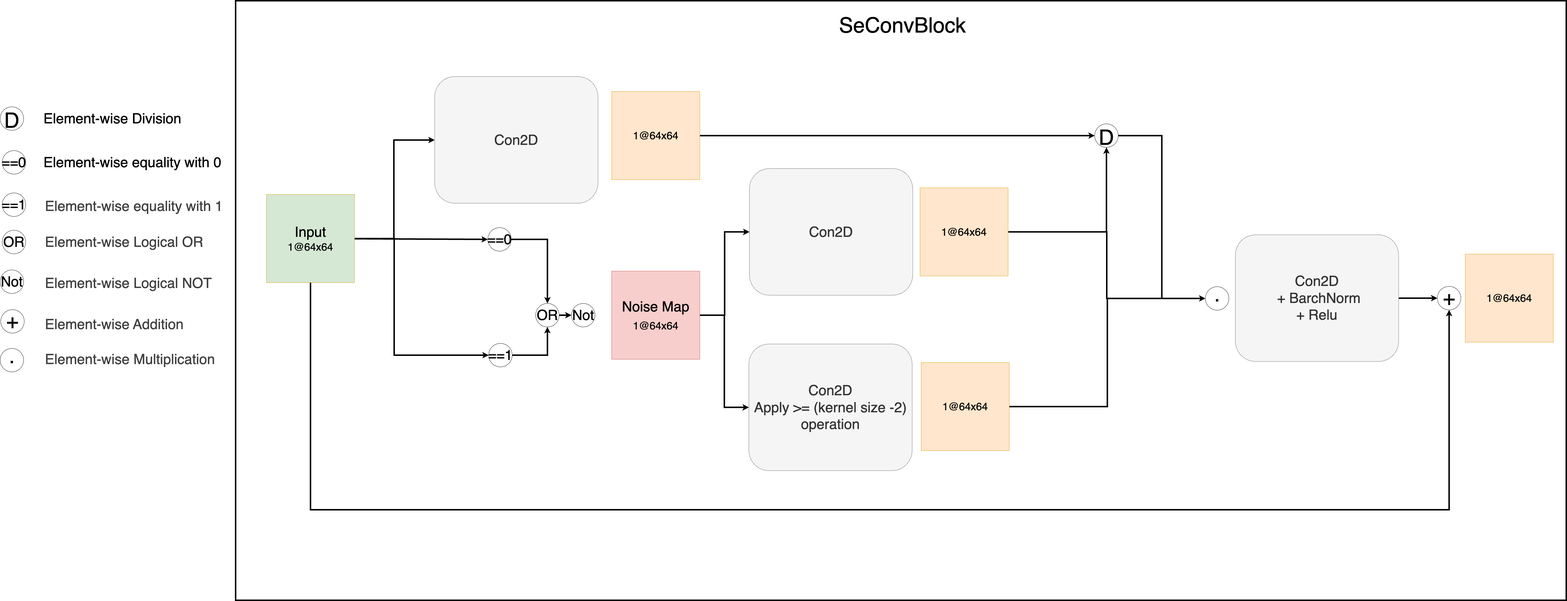
mostafa-k-m/seasalt keeps this draw.io diagram as paper/assets/architecture/SeconvBlock.png. Above is the earlier version. Source tidied: cells renumbered, new cells last; positions are measured from the earlier drawing's top-left corner, leaving out a move shared by most shapes.
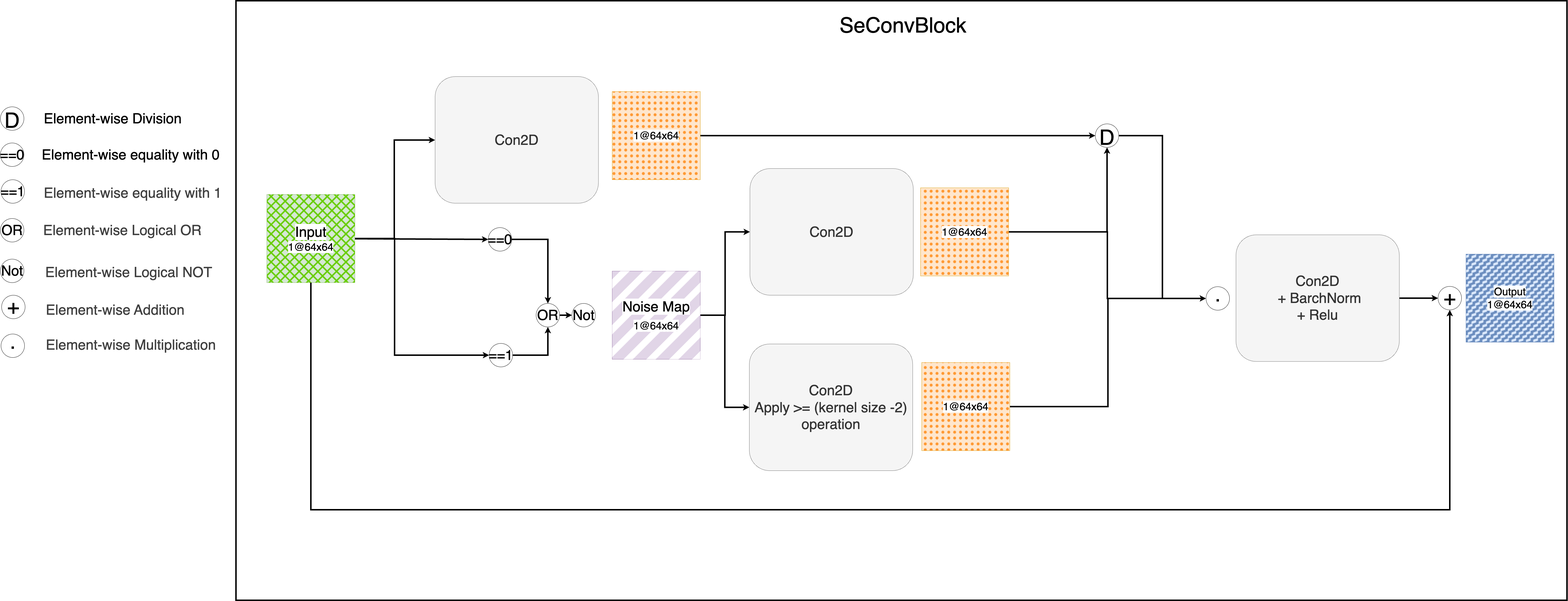
Later version of the same file.

Change to the diagram source:
```diff
@@ -20,7 +20,7 @@
     <mxCell id="7" value="&lt;font style=&quot;font-size: 72px;&quot;&gt;+&lt;/font&gt;" style="ellipse;whiteSpace=wrap;html=1;" parent="6" vertex="1">
       <mxGeometry y="2" width="80" height="80" as="geometry" />
     </mxCell>
-    <mxCell id="8" value="&lt;font style=&quot;font-size: 36px;&quot;&gt;1@64x64&lt;/font&gt;" style="whiteSpace=wrap;html=1;fillColor=#ffe6cc;strokeColor=#d79b00;" parent="2" vertex="1">
+    <mxCell id="8" value="&lt;div&gt;&lt;font style=&quot;font-size: 36px;&quot;&gt;Output&lt;/font&gt;&lt;/div&gt;&lt;font style=&quot;font-size: 36px;&quot;&gt;1@64x64&lt;/font&gt;" style="whiteSpace=wrap;html=1;fillColor=#dae8fc;strokeColor=#6c8ebf;" parent="2" vertex="1">
       <mxGeometry x="4188" y="862" width="300" height="300" as="geometry" />
     </mxCell>
     <mxCell id="9" style="edgeStyle=orthogonalEdgeStyle;rounded=0;jettySize=auto;html=1;strokeWidth=5;" parent="2" edge="1" source="10" target="7">
@@ -32,6 +32,9 @@
     <mxCell id="11" value="&lt;font style=&quot;font-size: 48px;&quot;&gt;==0&lt;/font&gt;" style="ellipse;whiteSpace=wrap;html=1;" parent="2" vertex="1">
       <mxGeometry x="859" y="772" width="80" height="80" as="geometry" />
     </mxCell>
+    <mxCell id="59" value="&lt;div&gt;&lt;font style=&quot;font-size: 36px; background-color: light-dark(#ffffff, var(--ge-dark-color, #121212));&quot;&gt;Output&lt;/font&gt;&lt;/div&gt;&lt;font style=&quot;font-size: 36px; background-color: light-dark(#ffffff, var(--ge-dark-color, #121212));&quot;&gt;1@64x64&lt;/font&gt;" style="whiteSpace=wrap;html=1;fillColor=#6C8EBF;strokeColor=none;strokeWidth=5;fillStyle=zigzag-line;" parent="2" vertex="1">
+      <mxGeometry x="4188" y="862" width="300" height="300" as="geometry" />
+    </mxCell>
     <mxCell id="12" style="edgeStyle=orthogonalEdgeStyle;rounded=0;jettySize=auto;html=1;entryX=0;entryY=0.5;entryDx=0;entryDy=0;strokeWidth=5;" parent="1" edge="1" source="15" target="21">
       <mxGeometry relative="1" as="geometry">
         <Array as="points">
@@ -51,7 +54,7 @@
     <mxCell id="14" style="edgeStyle=none;html=1;entryX=0;entryY=0.5;entryDx=0;entryDy=0;strokeWidth=5;" parent="1" edge="1" source="15" target="11">
       <mxGeometry relative="1" as="geometry" />
     </mxCell>
-    <mxCell id="15" value="&lt;div&gt;&lt;font style=&quot;font-size: 48px;&quot;&gt;Input&lt;/font&gt;&lt;/div&gt;&lt;font style=&quot;font-size: 36px;&quot;&gt;1@64x64&lt;/font&gt;" style="whiteSpace=wrap;html=1;fillColor=#D5E8D4;strokeColor=#d79b00;" parent="1" vertex="1">
+    <mxCell id="15" value="&lt;div&gt;&lt;font style=&quot;font-size: 48px;&quot;&gt;Input&lt;/font&gt;&lt;/div&gt;&lt;font style=&quot;font-size: 36px;&quot;&gt;1@64x64&lt;/font&gt;" style="whiteSpace=wrap;html=1;fillColor=#d5e8d4;strokeColor=#82b366;" parent="1" vertex="1">
       <mxGeometry x="907" y="659.2" width="300" height="300" as="geometry" />
     </mxCell>
     <mxCell id="16" style="edgeStyle=orthogonalEdgeStyle;rounded=0;jettySize=auto;html=1;strokeWidth=5;" parent="1" edge="1" source="18" target="28">
@@ -60,7 +63,7 @@
     <mxCell id="17" style="edgeStyle=orthogonalEdgeStyle;rounded=0;jettySize=auto;html=1;strokeWidth=5;" parent="1" edge="1" source="18" target="29">
       <mxGeometry relative="1" as="geometry" />
     </mxCell>
-    <mxCell id="18" value="&lt;div&gt;&lt;font style=&quot;font-size: 48px;&quot;&gt;Noise Map&lt;/font&gt;&lt;/div&gt;&lt;br&gt;&lt;div&gt;&lt;font style=&quot;font-size: 36px;&quot;&gt;1@64x64&lt;/font&gt;&lt;/div&gt;" style="whiteSpace=wrap;html=1;fillColor=#f8cecc;strokeColor=#b85450;" parent="1" vertex="1">
+    <mxCell id="18" value="&lt;div&gt;&lt;font style=&quot;font-size: 48px;&quot;&gt;Noise Map&lt;/font&gt;&lt;/div&gt;&lt;br&gt;&lt;div&gt;&lt;font style=&quot;font-size: 36px;&quot;&gt;1@64x64&lt;/font&gt;&lt;/div&gt;" style="whiteSpace=wrap;html=1;fillColor=#e1d5e7;strokeColor=#9673a6;" parent="1" vertex="1">
       <mxGeometry x="2083" y="920" width="300" height="300" as="geometry" />
     </mxCell>
     <mxCell id="19" style="edgeStyle=orthogonalEdgeStyle;rounded=0;jettySize=auto;html=1;strokeWidth=5;" parent="1" edge="1" source="11" target="23">
@@ -144,34 +147,34 @@
       <mxGeometry x="146" y="366" width="487" height="70" as="geometry" />
     </mxCell>
     <mxCell id="44" value="&lt;font style=&quot;font-size: 48px;&quot;&gt;Element-wise equality with 0&lt;/font&gt;" style="text;html=1;align=left;verticalAlign=middle;strokeColor=none;fillColor=none;" parent="1" vertex="1">
-      <mxGeometry x="146" y="515" width="624" height="70" as="geometry" />
+      <mxGeometry x="139" y="489" width="624" height="70" as="geometry" />
     </mxCell>
     <mxCell id="45" value="&lt;span style=&quot;color: rgb(63, 63, 63); font-size: 48px;&quot;&gt;Element-wise equality with 1&lt;/span&gt;" style="text;html=1;align=left;verticalAlign=middle;strokeColor=none;fillColor=none;" parent="1" vertex="1">
-      <mxGeometry x="151" y="664" width="624" height="70" as="geometry" />
+      <mxGeometry x="146" y="619.1" width="624" height="70" as="geometry" />
     </mxCell>
     <mxCell id="46" value="&lt;span style=&quot;color: rgb(63, 63, 63); font-size: 48px;&quot;&gt;Element-wise Logical OR&lt;/span&gt;" style="text;html=1;align=left;verticalAlign=middle;strokeColor=none;fillColor=none;" parent="1" vertex="1">
-      <mxGeometry x="151" y="786" width="557" height="70" as="geometry" />
+      <mxGeometry x="144" y="746" width="557" height="70" as="geometry" />
     </mxCell>
     <mxCell id="47" value="&lt;span style=&quot;color: rgb(63, 63, 63); font-size: 48px;&quot;&gt;Element-wise Logical NOT&lt;/span&gt;" style="text;html=1;align=left;verticalAlign=middle;strokeColor=none;fillColor=none;" parent="1" vertex="1">
-      <mxGeometry x="151" y="926" width="586" height="70" as="geometry" />
+      <mxGeometry x="151" y="889.2" width="586" height="70" as="geometry" />
     </mxCell>
     <mxCell id="48" value="&lt;font style=&quot;font-size: 48px;&quot;&gt;==0&lt;/font&gt;" style="ellipse;whiteSpace=wrap;html=1;" parent="1" vertex="1">
-      <mxGeometry x="7" y="510" width="80" height="80" as="geometry" />
+      <mxGeometry y="484" width="80" height="80" as="geometry" />
     </mxCell>
     <mxCell id="49" value="&lt;font style=&quot;font-size: 48px;&quot;&gt;==1&lt;/font&gt;" style="ellipse;whiteSpace=wrap;html=1;" parent="1" vertex="1">
-      <mxGeometry x="7" y="654" width="80" height="80" as="geometry" />
+      <mxGeometry x="2" y="609.1" width="80" height="80" as="geometry" />
     </mxCell>
     <mxCell id="50" value="&lt;font style=&quot;font-size: 48px;&quot;&gt;OR&lt;/font&gt;" style="ellipse;whiteSpace=wrap;html=1;" parent="1" vertex="1">
-      <mxGeometry x="7" y="781" width="80" height="80" as="geometry" />
+      <mxGeometry y="741" width="80" height="80" as="geometry" />
     </mxCell>
     <mxCell id="51" value="&lt;font style=&quot;font-size: 48px;&quot;&gt;Not&lt;/font&gt;" style="ellipse;whiteSpace=wrap;html=1;direction=south;" parent="1" vertex="1">
-      <mxGeometry y="916" width="80" height="80" as="geometry" />
+      <mxGeometry y="879.2" width="80" height="80" as="geometry" />
     </mxCell>
     <mxCell id="52" value="&lt;font style=&quot;font-size: 72px;&quot;&gt;+&lt;/font&gt;" style="ellipse;whiteSpace=wrap;html=1;" parent="1" vertex="1">
-      <mxGeometry x="2" y="1051" width="80" height="80" as="geometry" />
+      <mxGeometry x="4" y="1002.1" width="80" height="80" as="geometry" />
     </mxCell>
     <mxCell id="53" style="group;" parent="1" vertex="1">
-      <mxGeometry y="1161" width="120" height="118" as="geometry" />
+      <mxGeometry x="2" y="1112.1" width="120" height="118" as="geometry" />
     </mxCell>
     <mxCell id="54" style="group;" parent="53" vertex="1">
       <mxGeometry y="20" width="120" height="98" as="geometry" />
@@ -183,10 +186,25 @@
       <mxGeometry x="21" width="38" height="98" as="geometry" />
     </mxCell>
     <mxCell id="57" value="&lt;span style=&quot;color: rgb(63, 63, 63); font-size: 48px;&quot;&gt;Element-wise Addition&lt;/span&gt;" style="text;html=1;align=left;verticalAlign=middle;strokeColor=none;fillColor=none;" parent="1" vertex="1">
-      <mxGeometry x="151" y="1066" width="490" height="70" as="geometry" />
+      <mxGeometry x="153" y="1017.1" width="490" height="70" as="geometry" />
     </mxCell>
     <mxCell id="58" value="&lt;span style=&quot;color: rgb(63, 63, 63); font-size: 48px;&quot;&gt;Element-wise Multiplication&lt;/span&gt;" style="text;html=1;align=left;verticalAlign=middle;strokeColor=none;fillColor=none;" parent="1" vertex="1">
-      <mxGeometry x="151" y="1185" width="597" height="70" as="geometry" />
+      <mxGeometry x="153" y="1136.1" width="597" height="70" as="geometry" />
     </mxCell>
+    <mxCell id="60" value="&lt;div&gt;&lt;font style=&quot;font-size: 48px; background-color: light-dark(#ffffff, var(--ge-dark-color, #121212));&quot;&gt;Input&lt;/font&gt;&lt;/div&gt;&lt;font style=&quot;font-size: 36px; background-color: light-dark(#ffffff, var(--ge-dark-color, #121212));&quot;&gt;1@64x64&lt;/font&gt;" style="whiteSpace=wrap;html=1;fillColor=#66CC00;strokeColor=none;strokeWidth=10;fillStyle=cross-hatch;" parent="1" vertex="1">
+      <mxGeometry x="907" y="659.2" width="300" height="300" as="geometry" />
+    </mxCell>
+    <mxCell id="61" value="&lt;font style=&quot;font-size: 36px; background-color: light-dark(#ffffff, var(--ge-dark-color, #121212));&quot;&gt;1@64x64&lt;/font&gt;" style="whiteSpace=wrap;html=1;fillColor=#FF9933;strokeColor=none;strokeWidth=10;fillStyle=dots;" parent="1" vertex="1">
+      <mxGeometry x="2083" y="309" width="300" height="300" as="geometry" />
+    </mxCell>
+    <mxCell id="62" value="&lt;font style=&quot;font-size: 36px; background-color: light-dark(#ffffff, var(--ge-dark-color, #121212));&quot;&gt;1@64x64&lt;/font&gt;" style="whiteSpace=wrap;html=1;fillColor=#FF9933;strokeColor=none;strokeWidth=10;fillStyle=dots;" parent="1" vertex="1">
+      <mxGeometry x="3133" y="636.5" width="300" height="300" as="geometry" />
+    </mxCell>
+    <mxCell id="63" value="&lt;font style=&quot;font-size: 36px; background-color: light-dark(#ffffff, var(--ge-dark-color, #121212));&quot;&gt;1@64x64&lt;/font&gt;" style="whiteSpace=wrap;html=1;fillColor=#FF9933;strokeColor=none;strokeWidth=10;fillStyle=dots;" parent="1" vertex="1">
+      <mxGeometry x="3137" y="1231" width="300" height="300" as="geometry" />
+    </mxCell>
+    <mxCell id="64" value="&lt;div&gt;&lt;font style=&quot;font-size: 48px; background-color: light-dark(#ffffff, var(--ge-dark-color, #121212));&quot;&gt;Noise Map&lt;/font&gt;&lt;/div&gt;&lt;span style=&quot;background-color: light-dark(#ffffff, var(--ge-dark-color, #121212));&quot;&gt;&lt;br&gt;&lt;/span&gt;&lt;div&gt;&lt;font style=&quot;font-size: 36px; background-color: light-dark(#ffffff, var(--ge-dark-color, #121212));&quot;&gt;1@64x64&lt;/font&gt;&lt;/div&gt;" style="whiteSpace=wrap;html=1;fillColor=default;strokeColor=none;fillStyle=hatch;strokeWidth=30;" parent="1" vertex="1">
+      <mxGeometry x="2083" y="920" width="300" height="300" as="geometry" />
+    </mxCell>
   </root>
 </mxGraphModel>
```
